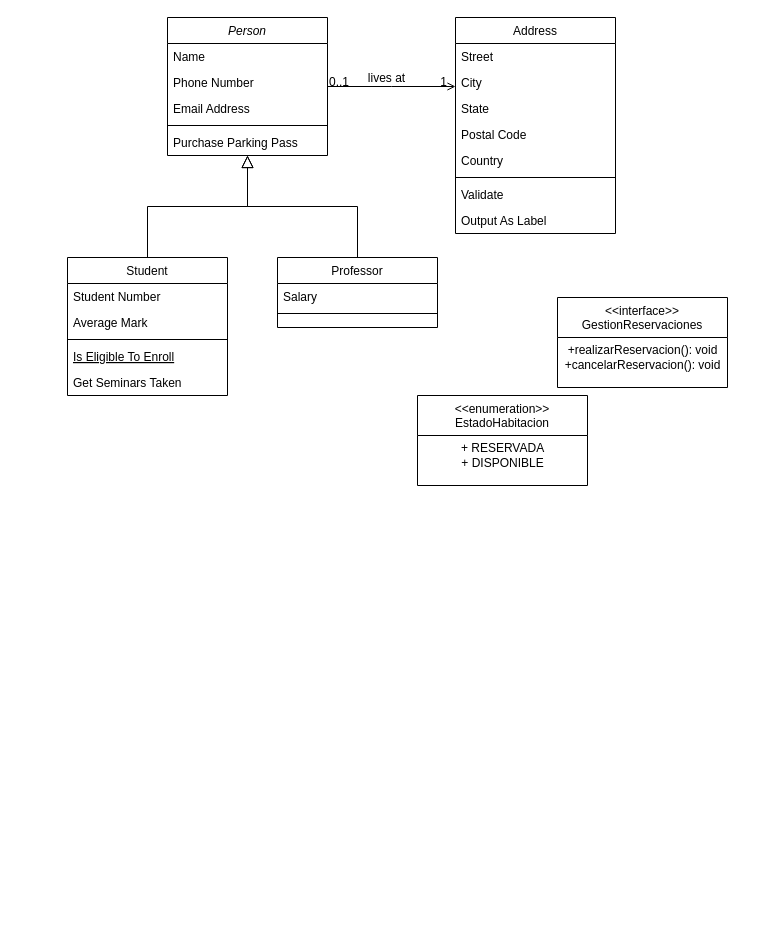
This is SistemaReservacionesHotel.drawio from GabrielCevallos/SistemaReservacionesHotel, a draw.io file, before an edit. Source tidied: cells renumbered, new cells numbered last; positions are measured from the earlier drawing's top-left corner, leaving out a move shared by most shapes. Both pictures are drawn from the tidied source at 100%, with x=0, y=0 at pixel (67, 17).
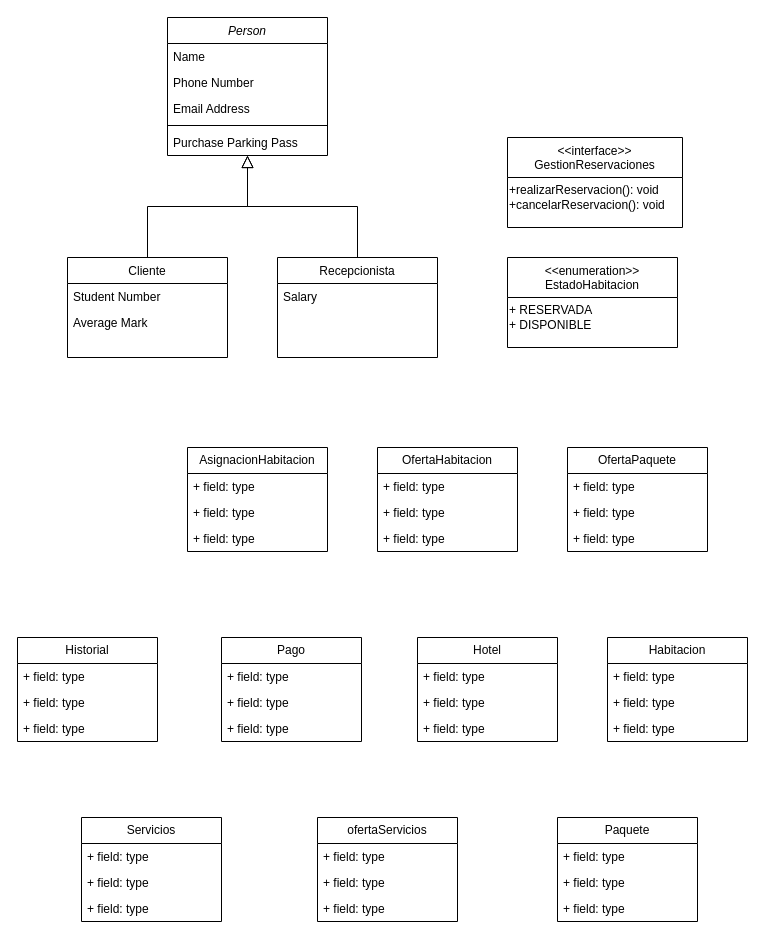
The same page after the edit.

The change refers to these unchanged cells:
```xml
<mxCell id="2" value="Person" style="swimlane;fontStyle=2;align=center;verticalAlign=top;horizontal=1;startSize=26;rounded=0;shadow=0;strokeWidth=1;" parent="1" vertex="1">
  <mxGeometry x="100" width="160" height="138" as="geometry" />
</mxCell>
```

The edit, as a diff of the source:
```diff
@@
-    <mxCell id="8" value="Student" style="swimlane;fontStyle=0;align=center;verticalAlign=top;horizontal=1;startSize=26;rounded=0;shadow=0;strokeWidth=1;" parent="1" vertex="1">
-      <mxGeometry y="240" width="160" height="138" as="geometry" />
+    <mxCell id="8" value="Cliente" style="swimlane;fontStyle=0;align=center;verticalAlign=top;horizontal=1;startSize=26;rounded=0;shadow=0;strokeWidth=1;" parent="1" vertex="1">
+      <mxGeometry y="240" width="160" height="100" as="geometry" />
     </mxCell>
@@
-    <mxCell id="11" style="line;html=1;strokeWidth=1;align=left;verticalAlign=middle;spacingTop=-1;spacingLeft=3;spacingRight=3;labelPosition=right;" parent="8" vertex="1">
-      <mxGeometry y="78" width="160" height="8" as="geometry" />
-    </mxCell>
-    <mxCell id="12" value="Is Eligible To Enroll" style="text;align=left;verticalAlign=top;spacingLeft=4;spacingRight=4;overflow=hidden;fontStyle=4;" parent="8" vertex="1">
-      <mxGeometry y="86" width="160" height="26" as="geometry" />
-    </mxCell>
-    <mxCell id="13" value="Get Seminars Taken" style="text;align=left;verticalAlign=top;spacingLeft=4;spacingRight=4;overflow=hidden;" parent="8" vertex="1">
-      <mxGeometry y="112" width="160" height="26" as="geometry" />
-    </mxCell>
@@
-    <mxCell id="15" value="Professor" style="swimlane;fontStyle=0;align=center;verticalAlign=top;horizontal=1;startSize=26;rounded=0;shadow=0;strokeWidth=1;" parent="1" vertex="1">
-      <mxGeometry x="210" y="240" width="160" height="70" as="geometry" />
+    <mxCell id="15" value="Recepcionista" style="swimlane;fontStyle=0;align=center;verticalAlign=top;horizontal=1;startSize=26;rounded=0;shadow=0;strokeWidth=1;" parent="1" vertex="1">
+      <mxGeometry x="210" y="240" width="160" height="100" as="geometry" />
     </mxCell>
@@
-    <mxCell id="17" style="line;html=1;strokeWidth=1;align=left;verticalAlign=middle;spacingTop=-1;spacingLeft=3;spacingRight=3;labelPosition=right;" parent="15" vertex="1">
-      <mxGeometry y="52" width="160" height="8" as="geometry" />
-    </mxCell>
@@
-    <mxCell id="19" value="Address" style="swimlane;fontStyle=0;align=center;verticalAlign=top;horizontal=1;startSize=26;rounded=0;shadow=0;strokeWidth=1;" parent="1" vertex="1">
-      <mxGeometry x="388" width="160" height="216" as="geometry" />
-    </mxCell>
-    <mxCell id="20" value="Street" style="text;align=left;verticalAlign=top;spacingLeft=4;spacingRight=4;overflow=hidden;" parent="19" vertex="1">
-      <mxGeometry y="26" width="160" height="26" as="geometry" />
-    </mxCell>
-    <mxCell id="21" value="City" style="text;align=left;verticalAlign=top;spacingLeft=4;spacingRight=4;overflow=hidden;rounded=0;shadow=0;html=0;" parent="19" vertex="1">
-      <mxGeometry y="52" width="160" height="26" as="geometry" />
-    </mxCell>
-    <mxCell id="22" value="State" style="text;align=left;verticalAlign=top;spacingLeft=4;spacingRight=4;overflow=hidden;rounded=0;shadow=0;html=0;" parent="19" vertex="1">
-      <mxGeometry y="78" width="160" height="26" as="geometry" />
-    </mxCell>
-    <mxCell id="23" value="Postal Code" style="text;align=left;verticalAlign=top;spacingLeft=4;spacingRight=4;overflow=hidden;rounded=0;shadow=0;html=0;" parent="19" vertex="1">
-      <mxGeometry y="104" width="160" height="26" as="geometry" />
-    </mxCell>
-    <mxCell id="24" value="Country" style="text;align=left;verticalAlign=top;spacingLeft=4;spacingRight=4;overflow=hidden;rounded=0;shadow=0;html=0;" parent="19" vertex="1">
-      <mxGeometry y="130" width="160" height="26" as="geometry" />
-    </mxCell>
-    <mxCell id="25" style="line;html=1;strokeWidth=1;align=left;verticalAlign=middle;spacingTop=-1;spacingLeft=3;spacingRight=3;labelPosition=right;" parent="19" vertex="1">
-      <mxGeometry y="156" width="160" height="8" as="geometry" />
-    </mxCell>
-    <mxCell id="26" value="Validate" style="text;align=left;verticalAlign=top;spacingLeft=4;spacingRight=4;overflow=hidden;" parent="19" vertex="1">
-      <mxGeometry y="164" width="160" height="26" as="geometry" />
-    </mxCell>
-    <mxCell id="27" value="Output As Label" style="text;align=left;verticalAlign=top;spacingLeft=4;spacingRight=4;overflow=hidden;" parent="19" vertex="1">
-      <mxGeometry y="190" width="160" height="26" as="geometry" />
-    </mxCell>
-    <mxCell id="28" style="endArrow=open;shadow=0;strokeWidth=1;rounded=0;curved=0;endFill=1;edgeStyle=elbowEdgeStyle;elbow=vertical;" parent="1" edge="1" source="2" target="19">
-      <mxGeometry x="0.5" y="41" relative="1" as="geometry">
-        <mxPoint x="-40" y="32" as="offset" />
-      </mxGeometry>
-    </mxCell>
-    <mxCell id="29" value="0..1" style="align=left;verticalAlign=bottom;labelBackgroundColor=none;fontSize=12;" parent="28" vertex="1">
-      <mxGeometry x="-1" relative="1" as="geometry">
-        <mxPoint y="4" as="offset" />
-      </mxGeometry>
-    </mxCell>
-    <mxCell id="30" value="1" style="align=right;verticalAlign=bottom;labelBackgroundColor=none;fontSize=12;" parent="28" vertex="1">
-      <mxGeometry x="1" relative="1" as="geometry">
-        <mxPoint x="-7" y="4" as="offset" />
-      </mxGeometry>
-    </mxCell>
-    <mxCell id="31" value="lives at" style="text;html=1;align=center;verticalAlign=middle;labelBackgroundColor=none;rounded=0;shadow=0;strokeWidth=1;fontSize=12;" parent="28" vertex="1">
-      <mxGeometry x="0.5" y="49" relative="1" as="geometry">
-        <mxPoint x="-38" y="40" as="offset" />
-      </mxGeometry>
-    </mxCell>
     <mxCell id="32" value="&lt;&lt;interface&gt;&gt;&#10;GestionReservaciones" style="swimlane;fontStyle=0;align=center;verticalAlign=top;horizontal=1;startSize=40;rounded=0;shadow=0;strokeWidth=1;" parent="1" vertex="1">
-      <mxGeometry x="490" y="280" width="170" height="90" as="geometry" />
+      <mxGeometry x="440" y="120" width="175" height="90" as="geometry" />
     </mxCell>
-    <mxCell id="33" value="+realizarReservacion(): void&lt;div&gt;+cancelarReservacion(): void&lt;/div&gt;" style="text;html=1;align=center;verticalAlign=middle;strokeColor=none;fillColor=none;" parent="32" vertex="1">
-      <mxGeometry y="40" width="170" height="40" as="geometry" />
+    <mxCell id="33" value="+realizarReservacion(): void&lt;div&gt;+cancelarReservacion(): void&lt;/div&gt;" style="text;html=1;align=left;verticalAlign=middle;strokeColor=none;fillColor=none;" parent="32" vertex="1">
+      <mxGeometry y="40" width="175" height="40" as="geometry" />
     </mxCell>
     <mxCell id="34" value="&lt;&lt;enumeration&gt;&gt;&#10;EstadoHabitacion" style="swimlane;fontStyle=0;align=center;verticalAlign=top;horizontal=1;startSize=40;rounded=0;shadow=0;strokeWidth=1;" parent="1" vertex="1">
-      <mxGeometry x="350" y="378" width="170" height="90" as="geometry" />
+      <mxGeometry x="440" y="240" width="170" height="90" as="geometry" />
     </mxCell>
-    <mxCell id="35" value="+ RESERVADA&lt;div&gt;+ DISPONIBLE&lt;/div&gt;" style="text;html=1;align=center;verticalAlign=middle;strokeColor=none;fillColor=none;" parent="34" vertex="1">
+    <mxCell id="35" value="+ RESERVADA&lt;div&gt;+ DISPONIBLE&lt;/div&gt;" style="text;html=1;align=left;verticalAlign=middle;strokeColor=none;fillColor=none;" parent="34" vertex="1">
       <mxGeometry y="40" width="170" height="40" as="geometry" />
     </mxCell>
+    <mxCell id="36" value="Historial" style="swimlane;fontStyle=0;horizontal=1;startSize=26;fillColor=none;whiteSpace=wrap;html=1;" parent="1" vertex="1">
+      <mxGeometry x="-50" y="620" width="140" height="104" as="geometry" />
+    </mxCell>
+    <mxCell id="37" value="+ field: type" style="text;strokeColor=none;fillColor=none;align=left;verticalAlign=top;spacingLeft=4;spacingRight=4;overflow=hidden;whiteSpace=wrap;html=1;" parent="36" vertex="1">
+      <mxGeometry y="26" width="140" height="26" as="geometry" />
+    </mxCell>
+    <mxCell id="38" value="+ field: type" style="text;strokeColor=none;fillColor=none;align=left;verticalAlign=top;spacingLeft=4;spacingRight=4;overflow=hidden;whiteSpace=wrap;html=1;" parent="36" vertex="1">
+      <mxGeometry y="52" width="140" height="26" as="geometry" />
+    </mxCell>
+    <mxCell id="39" value="+ field: type" style="text;strokeColor=none;fillColor=none;align=left;verticalAlign=top;spacingLeft=4;spacingRight=4;overflow=hidden;whiteSpace=wrap;html=1;" parent="36" vertex="1">
+      <mxGeometry y="78" width="140" height="26" as="geometry" />
+    </mxCell>
+    <mxCell id="40" value="Pago" style="swimlane;fontStyle=0;horizontal=1;startSize=26;fillColor=none;whiteSpace=wrap;html=1;" parent="1" vertex="1">
+      <mxGeometry x="154" y="620" width="140" height="104" as="geometry" />
+    </mxCell>
+    <mxCell id="41" value="+ field: type" style="text;strokeColor=none;fillColor=none;align=left;verticalAlign=top;spacingLeft=4;spacingRight=4;overflow=hidden;whiteSpace=wrap;html=1;" parent="40" vertex="1">
+      <mxGeometry y="26" width="140" height="26" as="geometry" />
+    </mxCell>
+    <mxCell id="42" value="+ field: type" style="text;strokeColor=none;fillColor=none;align=left;verticalAlign=top;spacingLeft=4;spacingRight=4;overflow=hidden;whiteSpace=wrap;html=1;" parent="40" vertex="1">
+      <mxGeometry y="52" width="140" height="26" as="geometry" />
+    </mxCell>
+    <mxCell id="43" value="+ field: type" style="text;strokeColor=none;fillColor=none;align=left;verticalAlign=top;spacingLeft=4;spacingRight=4;overflow=hidden;whiteSpace=wrap;html=1;" parent="40" vertex="1">
+      <mxGeometry y="78" width="140" height="26" as="geometry" />
+    </mxCell>
+    <mxCell id="44" value="AsignacionHabitacion" style="swimlane;fontStyle=0;horizontal=1;startSize=26;fillColor=none;whiteSpace=wrap;html=1;" parent="1" vertex="1">
+      <mxGeometry x="120" y="430" width="140" height="104" as="geometry" />
+    </mxCell>
+    <mxCell id="45" value="+ field: type" style="text;strokeColor=none;fillColor=none;align=left;verticalAlign=top;spacingLeft=4;spacingRight=4;overflow=hidden;whiteSpace=wrap;html=1;" parent="44" vertex="1">
+      <mxGeometry y="26" width="140" height="26" as="geometry" />
+    </mxCell>
+    <mxCell id="46" value="+ field: type" style="text;strokeColor=none;fillColor=none;align=left;verticalAlign=top;spacingLeft=4;spacingRight=4;overflow=hidden;whiteSpace=wrap;html=1;" parent="44" vertex="1">
+      <mxGeometry y="52" width="140" height="26" as="geometry" />
+    </mxCell>
+    <mxCell id="47" value="+ field: type" style="text;strokeColor=none;fillColor=none;align=left;verticalAlign=top;spacingLeft=4;spacingRight=4;overflow=hidden;whiteSpace=wrap;html=1;" parent="44" vertex="1">
+      <mxGeometry y="78" width="140" height="26" as="geometry" />
+    </mxCell>
+    <mxCell id="48" value="OfertaHabitacion" style="swimlane;fontStyle=0;horizontal=1;startSize=26;fillColor=none;whiteSpace=wrap;html=1;" parent="1" vertex="1">
+      <mxGeometry x="310" y="430" width="140" height="104" as="geometry" />
+    </mxCell>
+    <mxCell id="49" value="+ field: type" style="text;strokeColor=none;fillColor=none;align=left;verticalAlign=top;spacingLeft=4;spacingRight=4;overflow=hidden;whiteSpace=wrap;html=1;" parent="48" vertex="1">
+      <mxGeometry y="26" width="140" height="26" as="geometry" />
+    </mxCell>
+    <mxCell id="50" value="+ field: type" style="text;strokeColor=none;fillColor=none;align=left;verticalAlign=top;spacingLeft=4;spacingRight=4;overflow=hidden;whiteSpace=wrap;html=1;" parent="48" vertex="1">
+      <mxGeometry y="52" width="140" height="26" as="geometry" />
+    </mxCell>
+    <mxCell id="51" value="+ field: type" style="text;strokeColor=none;fillColor=none;align=left;verticalAlign=top;spacingLeft=4;spacingRight=4;overflow=hidden;whiteSpace=wrap;html=1;" parent="48" vertex="1">
+      <mxGeometry y="78" width="140" height="26" as="geometry" />
+    </mxCell>
+    <mxCell id="52" value="OfertaPaquete" style="swimlane;fontStyle=0;horizontal=1;startSize=26;fillColor=none;whiteSpace=wrap;html=1;" parent="1" vertex="1">
+      <mxGeometry x="500" y="430" width="140" height="104" as="geometry" />
+    </mxCell>
+    <mxCell id="53" value="+ field: type" style="text;strokeColor=none;fillColor=none;align=left;verticalAlign=top;spacingLeft=4;spacingRight=4;overflow=hidden;whiteSpace=wrap;html=1;" parent="52" vertex="1">
+      <mxGeometry y="26" width="140" height="26" as="geometry" />
+    </mxCell>
+    <mxCell id="54" value="+ field: type" style="text;strokeColor=none;fillColor=none;align=left;verticalAlign=top;spacingLeft=4;spacingRight=4;overflow=hidden;whiteSpace=wrap;html=1;" parent="52" vertex="1">
+      <mxGeometry y="52" width="140" height="26" as="geometry" />
+    </mxCell>
+    <mxCell id="55" value="+ field: type" style="text;strokeColor=none;fillColor=none;align=left;verticalAlign=top;spacingLeft=4;spacingRight=4;overflow=hidden;whiteSpace=wrap;html=1;" parent="52" vertex="1">
+      <mxGeometry y="78" width="140" height="26" as="geometry" />
+    </mxCell>
+    <mxCell id="56" value="Hotel" style="swimlane;fontStyle=0;horizontal=1;startSize=26;fillColor=none;whiteSpace=wrap;html=1;" parent="1" vertex="1">
+      <mxGeometry x="350" y="620" width="140" height="104" as="geometry" />
+    </mxCell>
+    <mxCell id="57" value="+ field: type" style="text;strokeColor=none;fillColor=none;align=left;verticalAlign=top;spacingLeft=4;spacingRight=4;overflow=hidden;whiteSpace=wrap;html=1;" parent="56" vertex="1">
+      <mxGeometry y="26" width="140" height="26" as="geometry" />
+    </mxCell>
+    <mxCell id="58" value="+ field: type" style="text;strokeColor=none;fillColor=none;align=left;verticalAlign=top;spacingLeft=4;spacingRight=4;overflow=hidden;whiteSpace=wrap;html=1;" parent="56" vertex="1">
+      <mxGeometry y="52" width="140" height="26" as="geometry" />
+    </mxCell>
+    <mxCell id="59" value="+ field: type" style="text;strokeColor=none;fillColor=none;align=left;verticalAlign=top;spacingLeft=4;spacingRight=4;overflow=hidden;whiteSpace=wrap;html=1;" parent="56" vertex="1">
+      <mxGeometry y="78" width="140" height="26" as="geometry" />
+    </mxCell>
+    <mxCell id="60" value="Habitacion" style="swimlane;fontStyle=0;horizontal=1;startSize=26;fillColor=none;whiteSpace=wrap;html=1;" parent="1" vertex="1">
+      <mxGeometry x="540" y="620" width="140" height="104" as="geometry" />
+    </mxCell>
+    <mxCell id="61" value="+ field: type" style="text;strokeColor=none;fillColor=none;align=left;verticalAlign=top;spacingLeft=4;spacingRight=4;overflow=hidden;whiteSpace=wrap;html=1;" parent="60" vertex="1">
+      <mxGeometry y="26" width="140" height="26" as="geometry" />
+    </mxCell>
+    <mxCell id="62" value="+ field: type" style="text;strokeColor=none;fillColor=none;align=left;verticalAlign=top;spacingLeft=4;spacingRight=4;overflow=hidden;whiteSpace=wrap;html=1;" parent="60" vertex="1">
+      <mxGeometry y="52" width="140" height="26" as="geometry" />
+    </mxCell>
+    <mxCell id="63" value="+ field: type" style="text;strokeColor=none;fillColor=none;align=left;verticalAlign=top;spacingLeft=4;spacingRight=4;overflow=hidden;whiteSpace=wrap;html=1;" parent="60" vertex="1">
+      <mxGeometry y="78" width="140" height="26" as="geometry" />
+    </mxCell>
+    <mxCell id="64" value="Paquete" style="swimlane;fontStyle=0;horizontal=1;startSize=26;fillColor=none;whiteSpace=wrap;html=1;" parent="1" vertex="1">
+      <mxGeometry x="490" y="800" width="140" height="104" as="geometry" />
+    </mxCell>
+    <mxCell id="65" value="+ field: type" style="text;strokeColor=none;fillColor=none;align=left;verticalAlign=top;spacingLeft=4;spacingRight=4;overflow=hidden;whiteSpace=wrap;html=1;" parent="64" vertex="1">
+      <mxGeometry y="26" width="140" height="26" as="geometry" />
+    </mxCell>
+    <mxCell id="66" value="+ field: type" style="text;strokeColor=none;fillColor=none;align=left;verticalAlign=top;spacingLeft=4;spacingRight=4;overflow=hidden;whiteSpace=wrap;html=1;" parent="64" vertex="1">
+      <mxGeometry y="52" width="140" height="26" as="geometry" />
+    </mxCell>
+    <mxCell id="67" value="+ field: type" style="text;strokeColor=none;fillColor=none;align=left;verticalAlign=top;spacingLeft=4;spacingRight=4;overflow=hidden;whiteSpace=wrap;html=1;" parent="64" vertex="1">
+      <mxGeometry y="78" width="140" height="26" as="geometry" />
+    </mxCell>
+    <mxCell id="68" value="ofertaServicios" style="swimlane;fontStyle=0;horizontal=1;startSize=26;fillColor=none;whiteSpace=wrap;html=1;" parent="1" vertex="1">
+      <mxGeometry x="250" y="800" width="140" height="104" as="geometry" />
+    </mxCell>
+    <mxCell id="69" value="+ field: type" style="text;strokeColor=none;fillColor=none;align=left;verticalAlign=top;spacingLeft=4;spacingRight=4;overflow=hidden;whiteSpace=wrap;html=1;" parent="68" vertex="1">
+      <mxGeometry y="26" width="140" height="26" as="geometry" />
+    </mxCell>
+    <mxCell id="70" value="+ field: type" style="text;strokeColor=none;fillColor=none;align=left;verticalAlign=top;spacingLeft=4;spacingRight=4;overflow=hidden;whiteSpace=wrap;html=1;" parent="68" vertex="1">
+      <mxGeometry y="52" width="140" height="26" as="geometry" />
+    </mxCell>
+    <mxCell id="71" value="+ field: type" style="text;strokeColor=none;fillColor=none;align=left;verticalAlign=top;spacingLeft=4;spacingRight=4;overflow=hidden;whiteSpace=wrap;html=1;" parent="68" vertex="1">
+      <mxGeometry y="78" width="140" height="26" as="geometry" />
+    </mxCell>
+    <mxCell id="72" value="Servicios" style="swimlane;fontStyle=0;horizontal=1;startSize=26;fillColor=none;whiteSpace=wrap;html=1;" parent="1" vertex="1">
+      <mxGeometry x="14" y="800" width="140" height="104" as="geometry" />
+    </mxCell>
+    <mxCell id="73" value="+ field: type" style="text;strokeColor=none;fillColor=none;align=left;verticalAlign=top;spacingLeft=4;spacingRight=4;overflow=hidden;whiteSpace=wrap;html=1;" parent="72" vertex="1">
+      <mxGeometry y="26" width="140" height="26" as="geometry" />
+    </mxCell>
+    <mxCell id="74" value="+ field: type" style="text;strokeColor=none;fillColor=none;align=left;verticalAlign=top;spacingLeft=4;spacingRight=4;overflow=hidden;whiteSpace=wrap;html=1;" parent="72" vertex="1">
+      <mxGeometry y="52" width="140" height="26" as="geometry" />
+    </mxCell>
+    <mxCell id="75" value="+ field: type" style="text;strokeColor=none;fillColor=none;align=left;verticalAlign=top;spacingLeft=4;spacingRight=4;overflow=hidden;whiteSpace=wrap;html=1;" parent="72" vertex="1">
+      <mxGeometry y="78" width="140" height="26" as="geometry" />
+    </mxCell>
```
